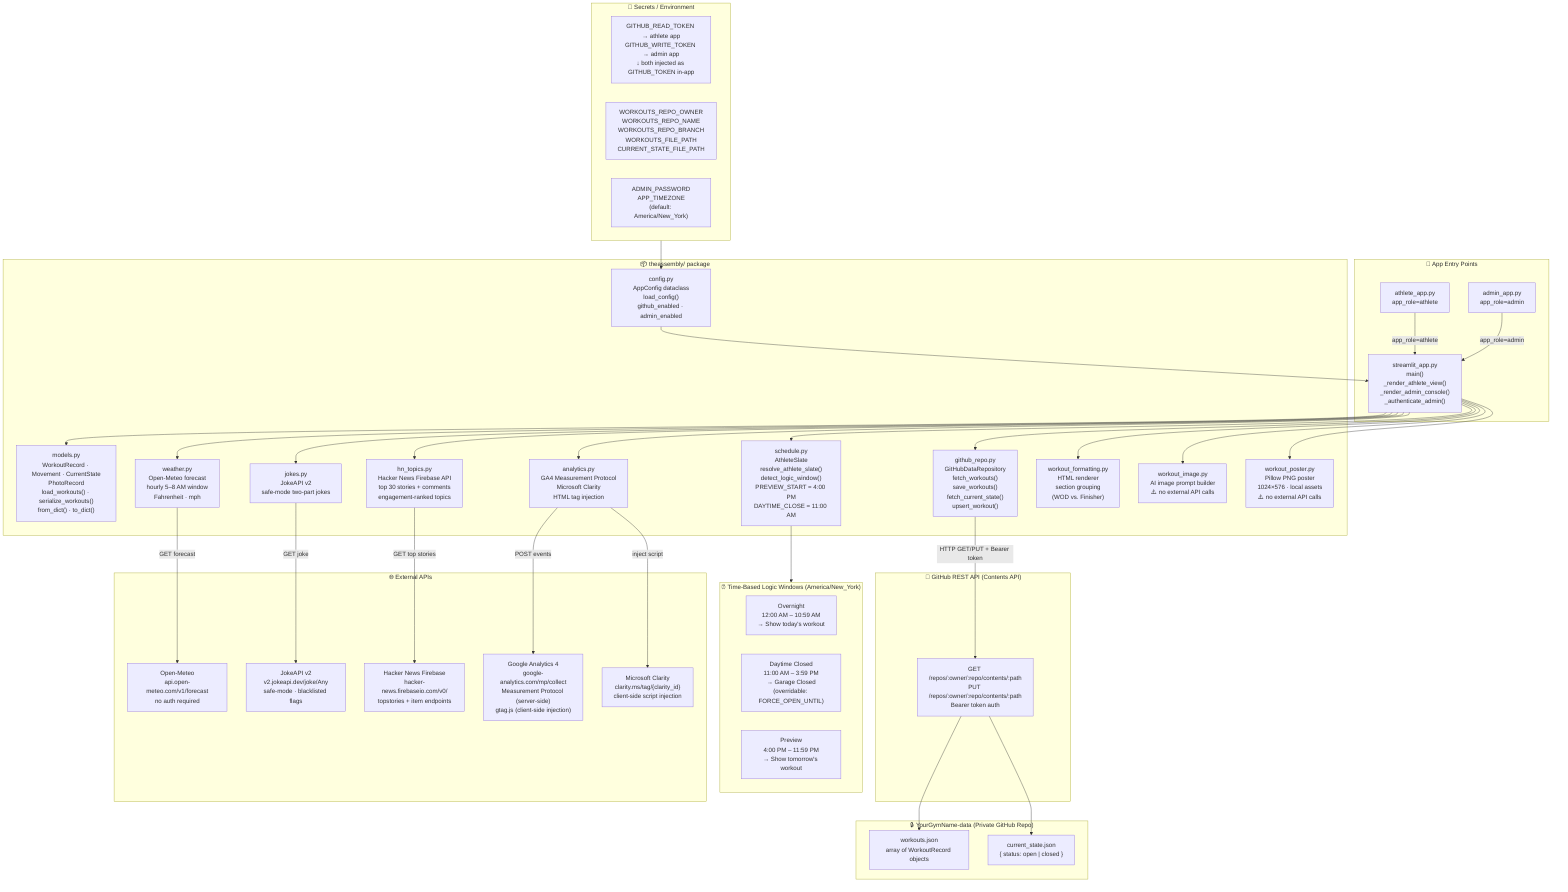
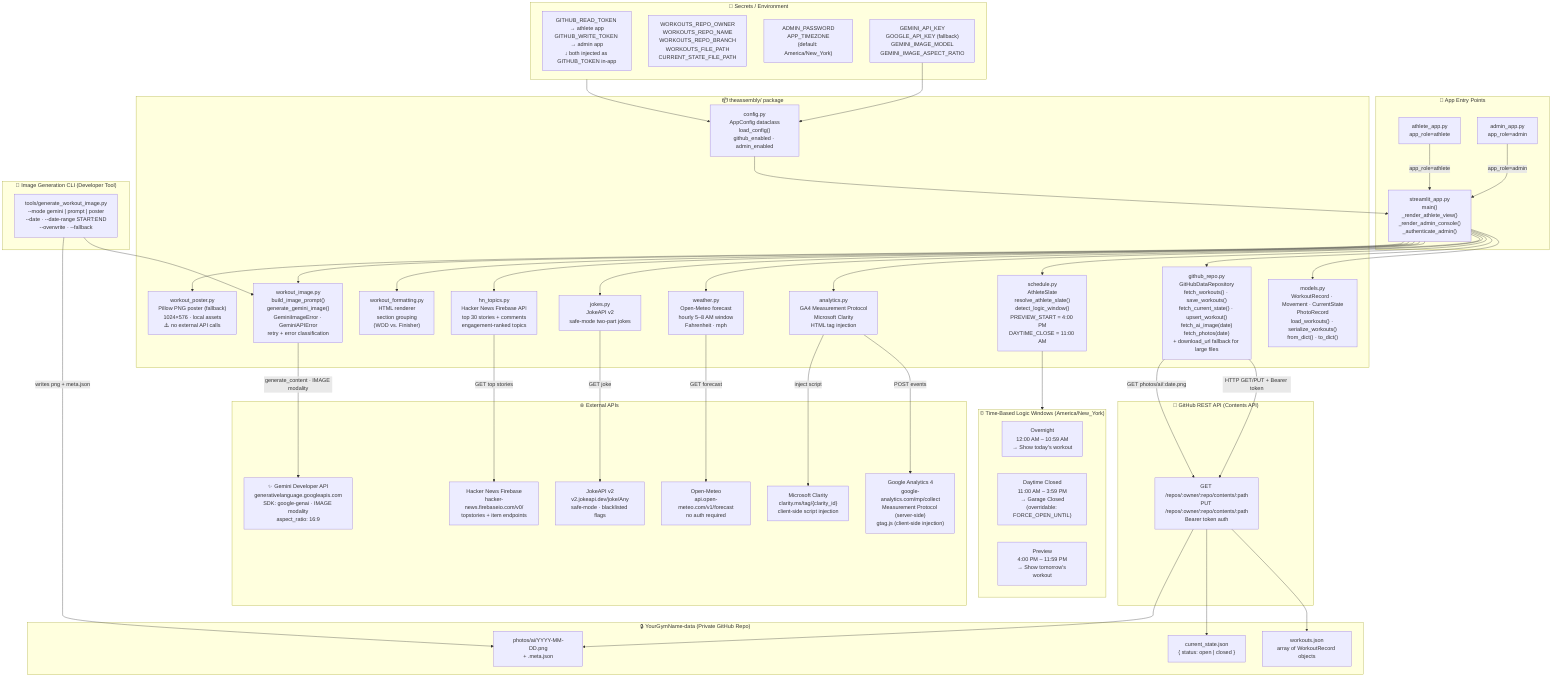
%% Application Code Deep-Dive — see architecture.mmd for overview, architecture-infra.mmd for deployment
graph TD
    subgraph EntryPoints["🚪 App Entry Points"]
        AthleteApp["athlete_app.py\napp_role=athlete"]
        AdminApp["admin_app.py\napp_role=admin"]
        StreamlitApp["streamlit_app.py\nmain()\n_render_athlete_view()\n_render_admin_console()\n_authenticate_admin()"]
        AthleteApp -->|"app_role=athlete"| StreamlitApp
        AdminApp -->|"app_role=admin"| StreamlitApp
    end

    subgraph Secrets["🔑 Secrets / Environment"]
        TokenCfg["GITHUB_READ_TOKEN → athlete app\nGITHUB_WRITE_TOKEN → admin app\n↓ both injected as GITHUB_TOKEN in-app"]
        RepoCfg["WORKOUTS_REPO_OWNER\nWORKOUTS_REPO_NAME\nWORKOUTS_REPO_BRANCH\nWORKOUTS_FILE_PATH\nCURRENT_STATE_FILE_PATH"]
        AppCfg["ADMIN_PASSWORD\nAPP_TIMEZONE\n(default: America/New_York)"]
+         GeminiCfg["GEMINI_API_KEY\nGOOGLE_API_KEY (fallback)\nGEMINI_IMAGE_MODEL\nGEMINI_IMAGE_ASPECT_RATIO"]
    end

    subgraph Package["📦 theassembly/ package"]
        Config["config.py\nAppConfig dataclass\nload_config()\ngithub_enabled · admin_enabled"]
        Models["models.py\nWorkoutRecord · Movement · CurrentState\nPhotoRecord\nload_workouts() · serialize_workouts()\nfrom_dict() · to_dict()"]
-         GHRepo["github_repo.py\nGitHubDataRepository\nfetch_workouts()\nsave_workouts()\nfetch_current_state()\nupsert_workout()"]
+         GHRepo["github_repo.py\nGitHubDataRepository\nfetch_workouts() · save_workouts()\nfetch_current_state() · upsert_workout()\nfetch_ai_image(date)\nfetch_photos(date)\n+ download_url fallback for large files"]
        Schedule["schedule.py\nAthleteSlate\nresolve_athlete_slate()\ndetect_logic_window()\nPREVIEW_START = 4:00 PM\nDAYTIME_CLOSE = 11:00 AM"]
        Analytics["analytics.py\nGA4 Measurement Protocol\nMicrosoft Clarity\nHTML tag injection"]
        Weather["weather.py\nOpen-Meteo forecast\nhourly 5–8 AM window\nFahrenheit · mph"]
        Jokes["jokes.py\nJokeAPI v2\nsafe-mode two-part jokes"]
        HNTopics["hn_topics.py\nHacker News Firebase API\ntop 30 stories + comments\nengagement-ranked topics"]
        WktFormatting["workout_formatting.py\nHTML renderer\nsection grouping\n(WOD vs. Finisher)"]
-         WktImage["workout_image.py\nAI image prompt builder\n⚠️ no external API calls"]
-         WktPoster["workout_poster.py\nPillow PNG poster\n1024×576 · local assets\n⚠️ no external API calls"]
+         WktImage["workout_image.py\nbuild_image_prompt()\ngenerate_gemini_image()\nGeminiImageError · GeminiAPIError\nretry + error classification"]
+         WktPoster["workout_poster.py\nPillow PNG poster (fallback)\n1024×576 · local assets\n⚠️ no external API calls"]
    end

    subgraph TimeLogic["⏰ Time-Based Logic Windows (America/New_York)"]
        Overnight["Overnight\n12:00 AM – 10:59 AM\n→ Show today's workout"]
        Closed["Daytime Closed\n11:00 AM – 3:59 PM\n→ Garage Closed\n(overridable: FORCE_OPEN_UNTIL)"]
        Preview["Preview\n4:00 PM – 11:59 PM\n→ Show tomorrow's workout"]
    end

    subgraph GitHubAPI["🐙 GitHub REST API (Contents API)"]
        ContentsAPI["GET /repos/:owner/:repo/contents/:path\nPUT /repos/:owner/:repo/contents/:path\nBearer token auth"]
    end

    subgraph PrivateDataRepo["🔒 YourGymName-data (Private GitHub Repo)"]
        WorkoutsJSON["workouts.json\narray of WorkoutRecord objects"]
        StateJSON["current_state.json\n{ status: open | closed }"]
+         PhotosAI["photos/ai/YYYY-MM-DD.png\n+ .meta.json"]
    end

    subgraph ExternalAPIs["🌐 External APIs"]
        OpenMeteo["Open-Meteo\napi.open-meteo.com/v1/forecast\nno auth required"]
        JokeAPI["JokeAPI v2\nv2.jokeapi.dev/joke/Any\nsafe-mode · blacklisted flags"]
        HNFirebase["Hacker News Firebase\nhacker-news.firebaseio.com/v0/\ntopstories + item endpoints"]
        GA4["Google Analytics 4\ngoogle-analytics.com/mp/collect\nMeasurement Protocol (server-side)\ngtag.js (client-side injection)"]
        Clarity["Microsoft Clarity\nclarity.ms/tag/{clarity_id}\nclient-side script injection"]
+         GeminiAPI["✨ Gemini Developer API\ngenerativelanguage.googleapis.com\nSDK: google-genai · IMAGE modality\naspect_ratio: 16:9"]
    end

    Secrets --> Config
    Config --> StreamlitApp
    StreamlitApp --> Models
    StreamlitApp --> GHRepo
    StreamlitApp --> Schedule
    StreamlitApp --> Analytics
    StreamlitApp --> Weather
    StreamlitApp --> Jokes
    StreamlitApp --> HNTopics
    StreamlitApp --> WktFormatting
    StreamlitApp --> WktImage
    StreamlitApp --> WktPoster
    Schedule --> TimeLogic
    GHRepo -->|"HTTP GET/PUT + Bearer token"| ContentsAPI
    ContentsAPI --> WorkoutsJSON
    ContentsAPI --> StateJSON
    Weather -->|"GET forecast"| OpenMeteo
    Jokes -->|"GET joke"| JokeAPI
    HNTopics -->|"GET top stories"| HNFirebase
    Analytics -->|"POST events"| GA4
    Analytics -->|"inject script"| Clarity
+ 
+     subgraph Tools["🤖 Image Generation CLI (Developer Tool)"]
+         GenerateImageCLI["tools/generate_workout_image.py\n--mode gemini | prompt | poster\n--date · --date-range START:END\n--overwrite · --fallback"]
+     end
+ 
+     GeminiCfg --> Config
+     GenerateImageCLI --> WktImage
+     WktImage -->|"generate_content · IMAGE modality"| GeminiAPI
+     GenerateImageCLI -->|"writes png + meta.json"| PhotosAI
+     GHRepo -->|"GET photos/ai/:date.png"| ContentsAPI
+     ContentsAPI --> PhotosAI
